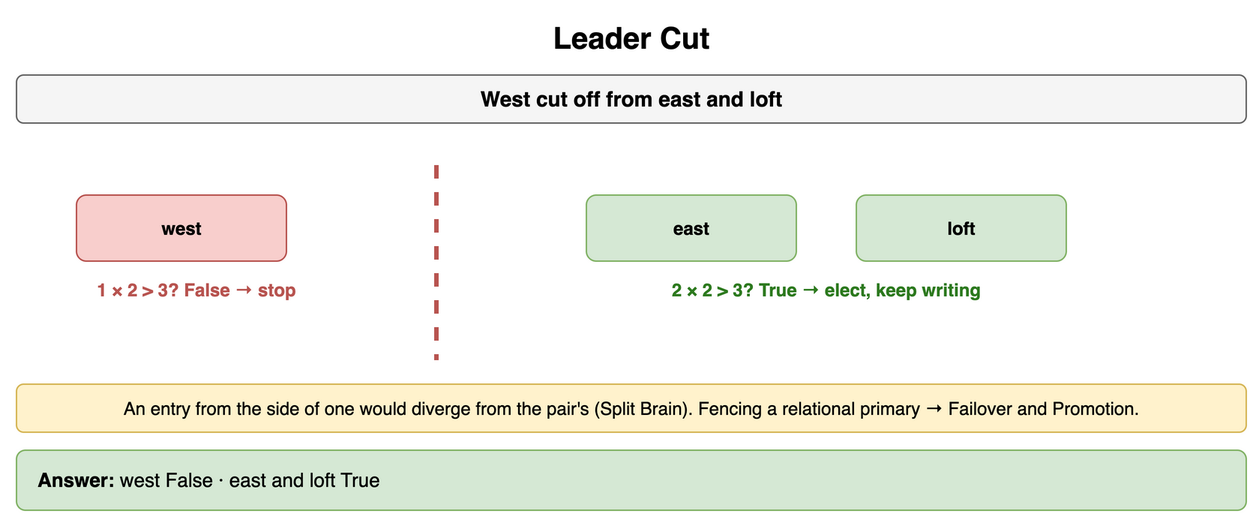
Earlier version of the draw.io export content/09_System_Design_Interview/16_Transactions_and_Concurrency_Control/diagrams/transactions-drills-7-leader-cut.png (amendez13/swe-study-guide). Source tidied: cells renumbered, new cells last; positions are measured from the earlier drawing's top-left corner, leaving out a move shared by most shapes. The source it was exported from:
```xml
<mxGraphModel>
  <root>
    <mxCell id="0" />
    <mxCell id="1" parent="0" />
    <mxCell id="2" value="Leader Cut" style="text;html=1;align=center;verticalAlign=middle;whiteSpace=wrap;fontSize=20;fontStyle=1;" parent="1" vertex="1">
      <mxGeometry width="820" height="30" as="geometry" />
    </mxCell>
    <mxCell id="3" value="West cut off from east and loft" style="rounded=1;whiteSpace=wrap;html=1;fillColor=#f5f5f5;strokeColor=#666666;fontStyle=1;fontSize=14;" parent="1" vertex="1">
      <mxGeometry y="40" width="820" height="32" as="geometry" />
    </mxCell>
    <mxCell id="4" value="west" style="rounded=1;whiteSpace=wrap;html=1;fillColor=#f8cecc;strokeColor=#b85450;fontSize=12;align=center;fontStyle=1;" parent="1" vertex="1">
      <mxGeometry x="40" y="120" width="140" height="44" as="geometry" />
    </mxCell>
    <mxCell id="5" value="1 × 2 &gt; 3? False → stop" style="text;html=1;whiteSpace=wrap;fontSize=11;align=center;verticalAlign=middle;fontSize=12;fontColor=#b85450;fontStyle=1;" parent="1" vertex="1">
      <mxGeometry y="174" width="240" height="18" as="geometry" />
    </mxCell>
    <mxCell id="6" style="endArrow=none;html=1;strokeColor=#b85450;strokeWidth=3;dashed=1;" parent="1" edge="1">
      <mxGeometry relative="1" as="geometry">
        <mxPoint x="280" y="100" as="sourcePoint" />
        <mxPoint x="280" y="230" as="targetPoint" />
      </mxGeometry>
    </mxCell>
    <mxCell id="7" value="east" style="rounded=1;whiteSpace=wrap;html=1;fillColor=#d5e8d4;strokeColor=#82b366;fontSize=12;align=center;fontStyle=1;" parent="1" vertex="1">
      <mxGeometry x="380" y="120" width="140" height="44" as="geometry" />
    </mxCell>
    <mxCell id="8" value="loft" style="rounded=1;whiteSpace=wrap;html=1;fillColor=#d5e8d4;strokeColor=#82b366;fontSize=12;align=center;fontStyle=1;" parent="1" vertex="1">
      <mxGeometry x="560" y="120" width="140" height="44" as="geometry" />
    </mxCell>
    <mxCell id="9" value="2 × 2 &gt; 3? True → elect, keep writing" style="text;html=1;whiteSpace=wrap;fontSize=11;align=center;verticalAlign=middle;fontSize=12;fontColor=#2d7a1f;fontStyle=1;" parent="1" vertex="1">
      <mxGeometry x="380" y="174" width="320" height="18" as="geometry" />
    </mxCell>
    <mxCell id="10" value="An entry from the side of one would diverge from the pair's (Split Brain). Fencing a relational primary → Failover and Promotion." style="rounded=1;whiteSpace=wrap;html=1;fillColor=#fff2cc;strokeColor=#d6b656;fontSize=12;align=center;" parent="1" vertex="1">
      <mxGeometry y="246" width="820" height="32" as="geometry" />
    </mxCell>
    <mxCell id="11" value="&lt;b&gt;Answer:&lt;/b&gt; west False · east and loft True" style="rounded=1;whiteSpace=wrap;html=1;fillColor=#d5e8d4;strokeColor=#82b366;fontSize=13;align=left;spacingLeft=12;" parent="1" vertex="1">
      <mxGeometry y="290" width="820" height="40" as="geometry" />
    </mxCell>
  </root>
</mxGraphModel>
```
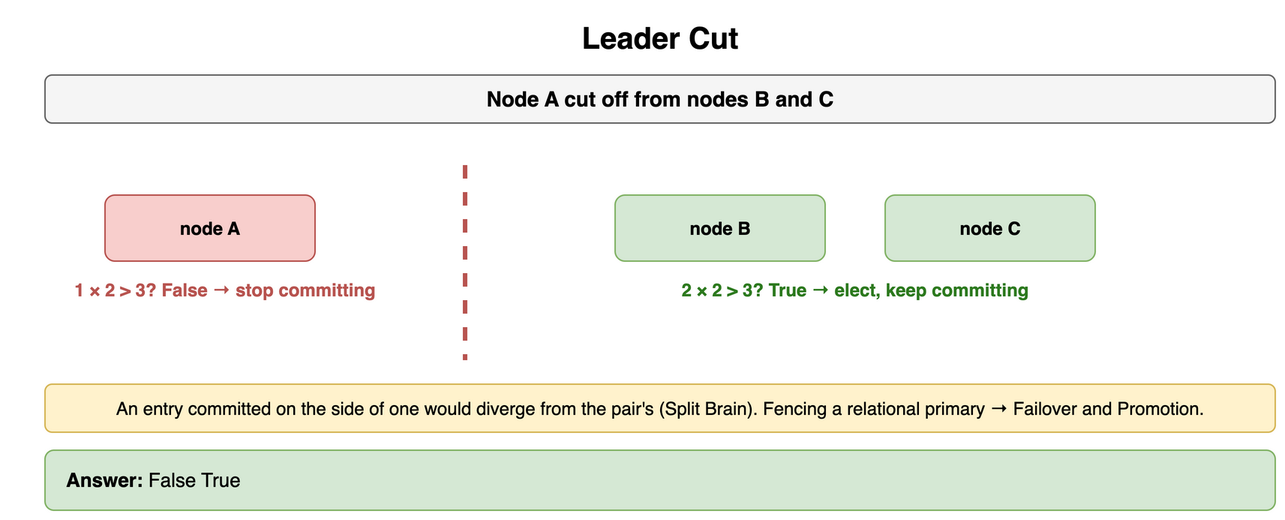
After the change.

Change to the diagram source:
```diff
@@ -5,14 +5,14 @@
     <mxCell id="2" value="Leader Cut" style="text;html=1;align=center;verticalAlign=middle;whiteSpace=wrap;fontSize=20;fontStyle=1;" parent="1" vertex="1">
       <mxGeometry width="820" height="30" as="geometry" />
     </mxCell>
-    <mxCell id="3" value="West cut off from east and loft" style="rounded=1;whiteSpace=wrap;html=1;fillColor=#f5f5f5;strokeColor=#666666;fontStyle=1;fontSize=14;" parent="1" vertex="1">
+    <mxCell id="3" value="Node A cut off from nodes B and C" style="rounded=1;whiteSpace=wrap;html=1;fillColor=#f5f5f5;strokeColor=#666666;fontStyle=1;fontSize=14;" parent="1" vertex="1">
       <mxGeometry y="40" width="820" height="32" as="geometry" />
     </mxCell>
-    <mxCell id="4" value="west" style="rounded=1;whiteSpace=wrap;html=1;fillColor=#f8cecc;strokeColor=#b85450;fontSize=12;align=center;fontStyle=1;" parent="1" vertex="1">
+    <mxCell id="4" value="node A" style="rounded=1;whiteSpace=wrap;html=1;fillColor=#f8cecc;strokeColor=#b85450;fontSize=12;align=center;fontStyle=1;" parent="1" vertex="1">
       <mxGeometry x="40" y="120" width="140" height="44" as="geometry" />
     </mxCell>
-    <mxCell id="5" value="1 × 2 &gt; 3? False → stop" style="text;html=1;whiteSpace=wrap;fontSize=11;align=center;verticalAlign=middle;fontSize=12;fontColor=#b85450;fontStyle=1;" parent="1" vertex="1">
-      <mxGeometry y="174" width="240" height="18" as="geometry" />
+    <mxCell id="5" value="1 × 2 &gt; 3? False → stop committing" style="text;html=1;whiteSpace=wrap;fontSize=11;align=center;verticalAlign=middle;fontSize=12;fontColor=#b85450;fontStyle=1;" parent="1" vertex="1">
+      <mxGeometry x="-20" y="174" width="280" height="18" as="geometry" />
     </mxCell>
     <mxCell id="6" style="endArrow=none;html=1;strokeColor=#b85450;strokeWidth=3;dashed=1;" parent="1" edge="1">
       <mxGeometry relative="1" as="geometry">
@@ -20,19 +20,19 @@
         <mxPoint x="280" y="230" as="targetPoint" />
       </mxGeometry>
     </mxCell>
-    <mxCell id="7" value="east" style="rounded=1;whiteSpace=wrap;html=1;fillColor=#d5e8d4;strokeColor=#82b366;fontSize=12;align=center;fontStyle=1;" parent="1" vertex="1">
+    <mxCell id="7" value="node B" style="rounded=1;whiteSpace=wrap;html=1;fillColor=#d5e8d4;strokeColor=#82b366;fontSize=12;align=center;fontStyle=1;" parent="1" vertex="1">
       <mxGeometry x="380" y="120" width="140" height="44" as="geometry" />
     </mxCell>
-    <mxCell id="8" value="loft" style="rounded=1;whiteSpace=wrap;html=1;fillColor=#d5e8d4;strokeColor=#82b366;fontSize=12;align=center;fontStyle=1;" parent="1" vertex="1">
+    <mxCell id="8" value="node C" style="rounded=1;whiteSpace=wrap;html=1;fillColor=#d5e8d4;strokeColor=#82b366;fontSize=12;align=center;fontStyle=1;" parent="1" vertex="1">
       <mxGeometry x="560" y="120" width="140" height="44" as="geometry" />
     </mxCell>
-    <mxCell id="9" value="2 × 2 &gt; 3? True → elect, keep writing" style="text;html=1;whiteSpace=wrap;fontSize=11;align=center;verticalAlign=middle;fontSize=12;fontColor=#2d7a1f;fontStyle=1;" parent="1" vertex="1">
+    <mxCell id="9" value="2 × 2 &gt; 3? True → elect, keep committing" style="text;html=1;whiteSpace=wrap;fontSize=11;align=center;verticalAlign=middle;fontSize=12;fontColor=#2d7a1f;fontStyle=1;" parent="1" vertex="1">
       <mxGeometry x="380" y="174" width="320" height="18" as="geometry" />
     </mxCell>
-    <mxCell id="10" value="An entry from the side of one would diverge from the pair's (Split Brain). Fencing a relational primary → Failover and Promotion." style="rounded=1;whiteSpace=wrap;html=1;fillColor=#fff2cc;strokeColor=#d6b656;fontSize=12;align=center;" parent="1" vertex="1">
+    <mxCell id="10" value="An entry committed on the side of one would diverge from the pair's (Split Brain). Fencing a relational primary → Failover and Promotion." style="rounded=1;whiteSpace=wrap;html=1;fillColor=#fff2cc;strokeColor=#d6b656;fontSize=12;align=center;" parent="1" vertex="1">
       <mxGeometry y="246" width="820" height="32" as="geometry" />
     </mxCell>
-    <mxCell id="11" value="&lt;b&gt;Answer:&lt;/b&gt; west False · east and loft True" style="rounded=1;whiteSpace=wrap;html=1;fillColor=#d5e8d4;strokeColor=#82b366;fontSize=13;align=left;spacingLeft=12;" parent="1" vertex="1">
+    <mxCell id="11" value="&lt;b&gt;Answer:&lt;/b&gt; False True" style="rounded=1;whiteSpace=wrap;html=1;fillColor=#d5e8d4;strokeColor=#82b366;fontSize=13;align=left;spacingLeft=12;" parent="1" vertex="1">
       <mxGeometry y="290" width="820" height="40" as="geometry" />
     </mxCell>
   </root>
```
